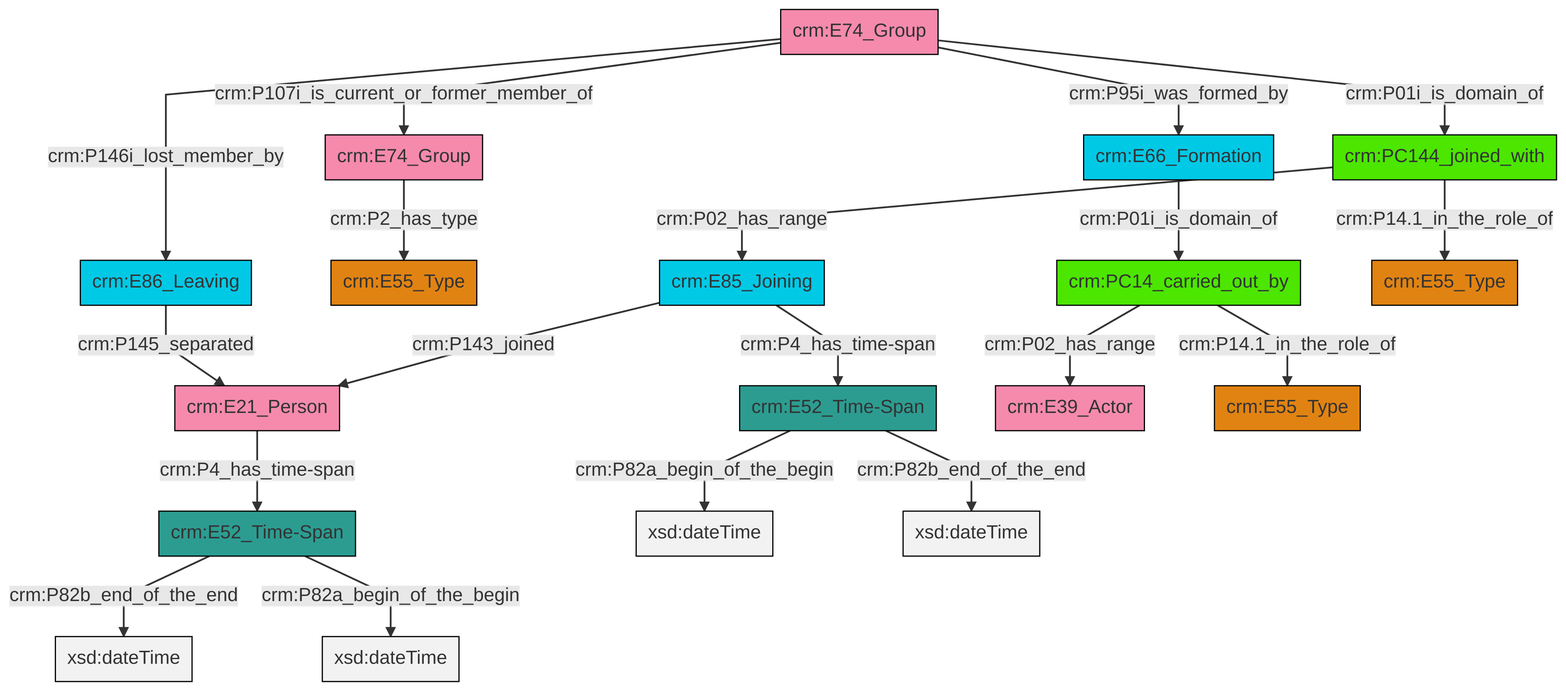
Before: et/groupCSV/ttl/mmd/png/group_actor_relations.png, a diagram exported from Mermaid (swiss-art-research-net/docs.swissartresearch). Its source is kept beside it as et/groupCSV/ttl/mmd/group_actor_relations.ttl.mmd.
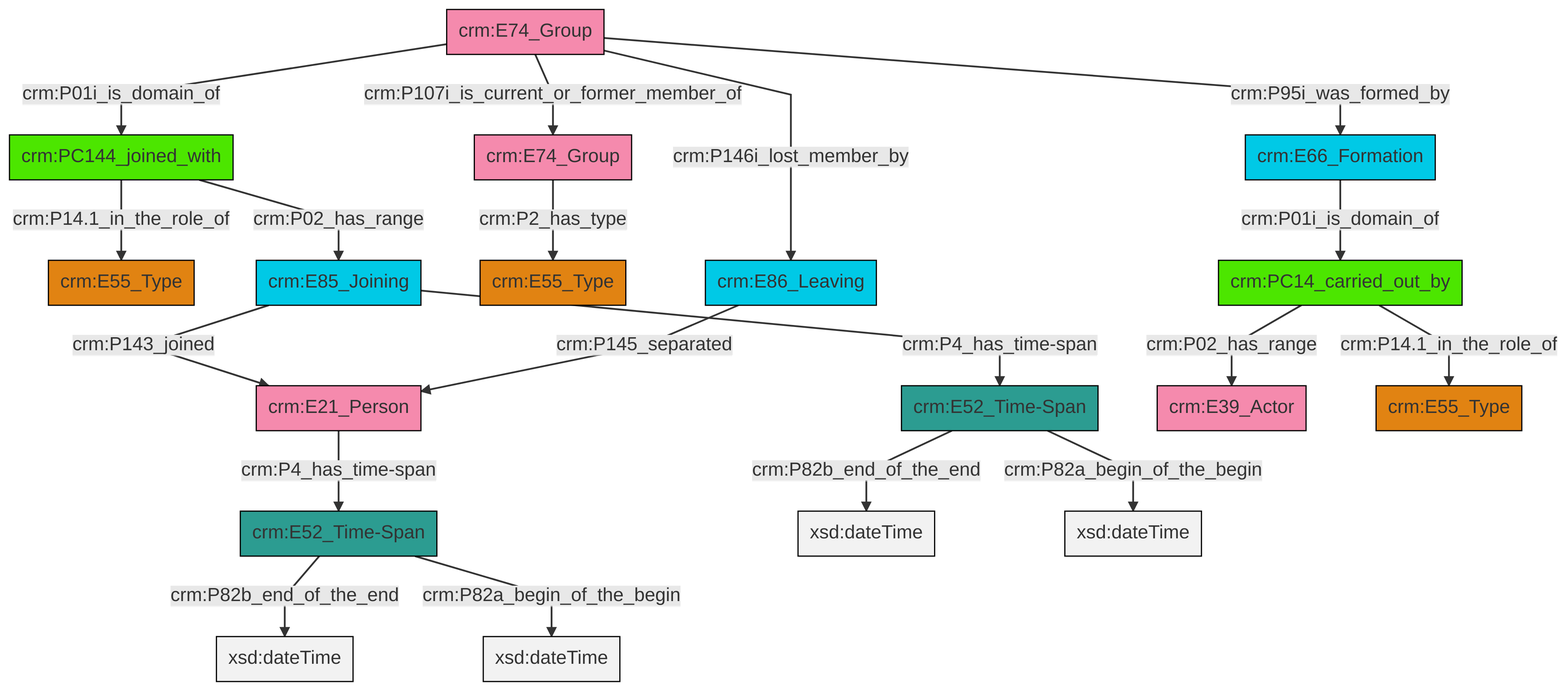
The same diagram one commit later.

Diff of the diagram source:
```diff
@@ -13,21 +13,21 @@
 classDef PC_Classes fill:#4ce600, stroke:#000000;
 classDef Multi fill:#cccccc,stroke:#000000;
 
-0["crm:E85_Joining"]:::Temporal_Entity -->|crm:P143_joined| 1["crm:E21_Person"]:::Actor
-2["crm:E74_Group"]:::Actor -->|crm:P01i_is_domain_of| 8["crm:PC144_joined_with"]:::PC_Classes
-1["crm:E21_Person"]:::Actor -->|crm:P4_has_time-span| 9["crm:E52_Time-Span"]:::Time-Span
-2["crm:E74_Group"]:::Actor -->|crm:P95i_was_formed_by| 13["crm:E66_Formation"]:::Temporal_Entity
+2["crm:E74_Group"]:::Actor -->|crm:P95i_was_formed_by| 3["crm:E66_Formation"]:::Temporal_Entity
 2["crm:E74_Group"]:::Actor -->|crm:P107i_is_current_or_former_member_of| 4["crm:E74_Group"]:::Actor
-18["crm:E86_Leaving"]:::Temporal_Entity -->|crm:P145_separated| 1["crm:E21_Person"]:::Actor
-9["crm:E52_Time-Span"]:::Time-Span -->|crm:P82b_end_of_the_end| 21[xsd:dateTime]:::Literal
-22["crm:PC14_carried_out_by"]:::PC_Classes -->|crm:P14.1_in_the_role_of| 16["crm:E55_Type"]:::Type
-4["crm:E74_Group"]:::Actor -->|crm:P2_has_type| 14["crm:E55_Type"]:::Type
-2["crm:E74_Group"]:::Actor -->|crm:P146i_lost_member_by| 18["crm:E86_Leaving"]:::Temporal_Entity
-22["crm:PC14_carried_out_by"]:::PC_Classes -->|crm:P02_has_range| 11["crm:E39_Actor"]:::Actor
-9["crm:E52_Time-Span"]:::Time-Span -->|crm:P82a_begin_of_the_begin| 23[xsd:dateTime]:::Literal
-13["crm:E66_Formation"]:::Temporal_Entity -->|crm:P01i_is_domain_of| 22["crm:PC14_carried_out_by"]:::PC_Classes
-8["crm:PC144_joined_with"]:::PC_Classes -->|crm:P14.1_in_the_role_of| 24["crm:E55_Type"]:::Type
-6["crm:E52_Time-Span"]:::Time-Span -->|crm:P82a_begin_of_the_begin| 28[xsd:dateTime]:::Literal
-0["crm:E85_Joining"]:::Temporal_Entity -->|crm:P4_has_time-span| 6["crm:E52_Time-Span"]:::Time-Span
-8["crm:PC144_joined_with"]:::PC_Classes -->|crm:P02_has_range| 0["crm:E85_Joining"]:::Temporal_Entity
-6["crm:E52_Time-Span"]:::Time-Span -->|crm:P82b_end_of_the_end| 32[xsd:dateTime]:::Literal
+10["crm:E52_Time-Span"]:::Time-Span -->|crm:P82b_end_of_the_end| 11[xsd:dateTime]:::Literal
+14["crm:PC144_joined_with"]:::PC_Classes -->|crm:P02_has_range| 5["crm:E85_Joining"]:::Temporal_Entity
+2["crm:E74_Group"]:::Actor -->|crm:P01i_is_domain_of| 14["crm:PC144_joined_with"]:::PC_Classes
+19["crm:E52_Time-Span"]:::Time-Span -->|crm:P82b_end_of_the_end| 20[xsd:dateTime]:::Literal
+7["crm:E21_Person"]:::Actor -->|crm:P4_has_time-span| 10["crm:E52_Time-Span"]:::Time-Span
+19["crm:E52_Time-Span"]:::Time-Span -->|crm:P82a_begin_of_the_begin| 26[xsd:dateTime]:::Literal
+14["crm:PC144_joined_with"]:::PC_Classes -->|crm:P14.1_in_the_role_of| 0["crm:E55_Type"]:::Type
+28["crm:PC14_carried_out_by"]:::PC_Classes -->|crm:P14.1_in_the_role_of| 29["crm:E55_Type"]:::Type
+5["crm:E85_Joining"]:::Temporal_Entity -->|crm:P143_joined| 7["crm:E21_Person"]:::Actor
+10["crm:E52_Time-Span"]:::Time-Span -->|crm:P82a_begin_of_the_begin| 33[xsd:dateTime]:::Literal
+4["crm:E74_Group"]:::Actor -->|crm:P2_has_type| 15["crm:E55_Type"]:::Type
+5["crm:E85_Joining"]:::Temporal_Entity -->|crm:P4_has_time-span| 19["crm:E52_Time-Span"]:::Time-Span
+28["crm:PC14_carried_out_by"]:::PC_Classes -->|crm:P02_has_range| 22["crm:E39_Actor"]:::Actor
+17["crm:E86_Leaving"]:::Temporal_Entity -->|crm:P145_separated| 7["crm:E21_Person"]:::Actor
+2["crm:E74_Group"]:::Actor -->|crm:P146i_lost_member_by| 17["crm:E86_Leaving"]:::Temporal_Entity
+3["crm:E66_Formation"]:::Temporal_Entity -->|crm:P01i_is_domain_of| 28["crm:PC14_carried_out_by"]:::PC_Classes
```
